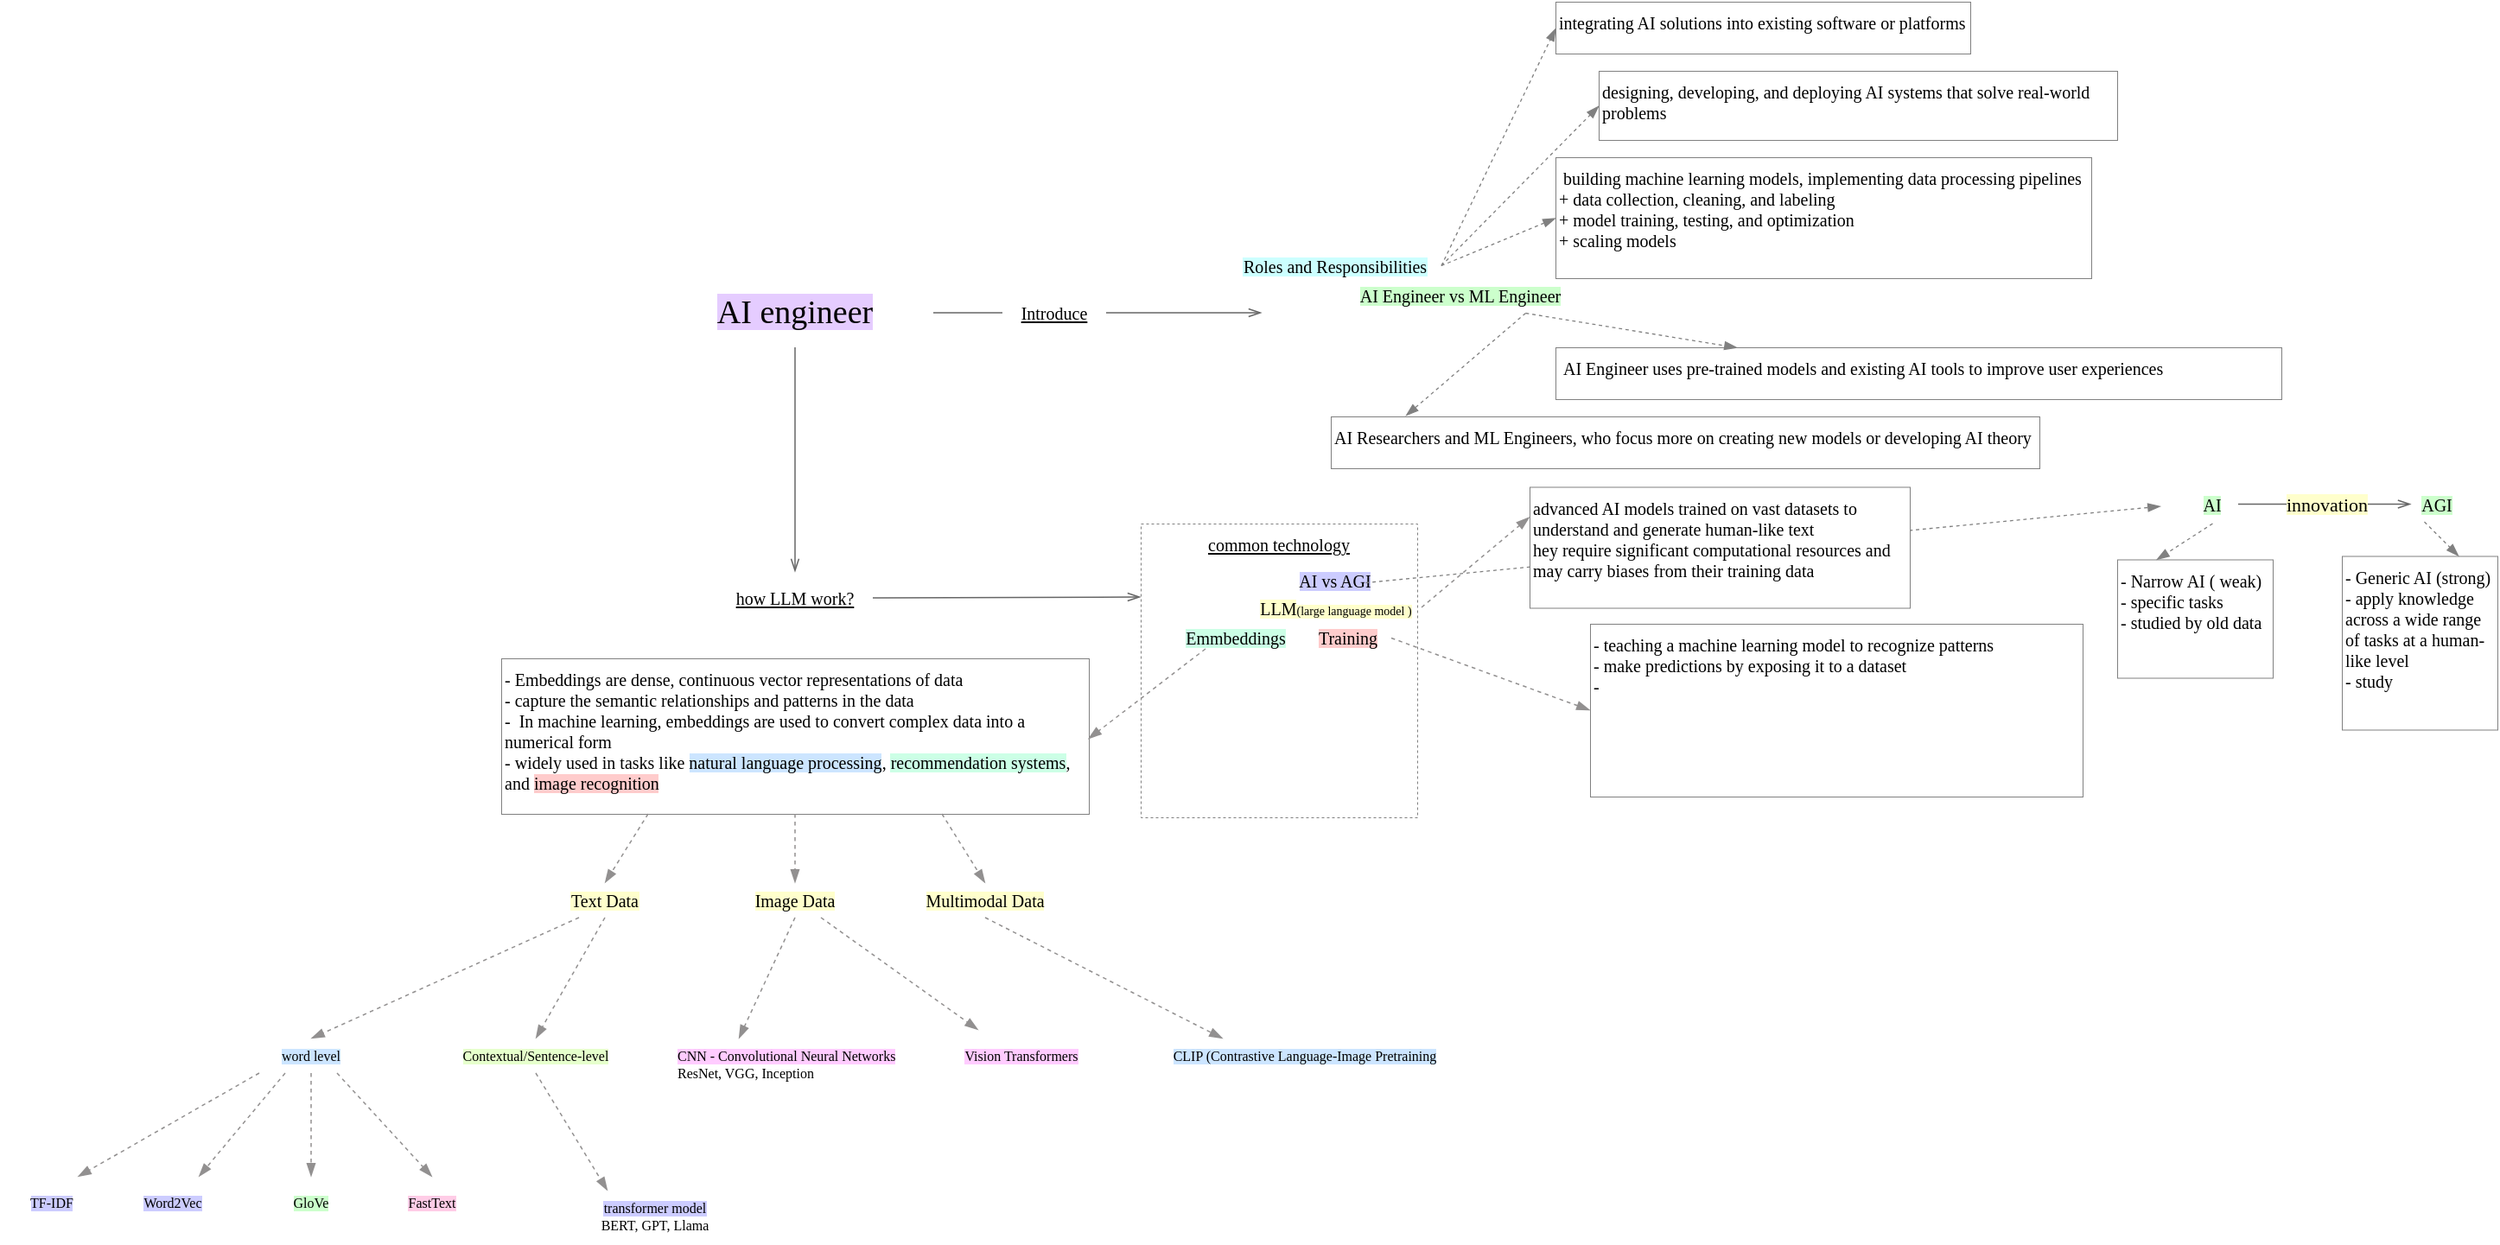
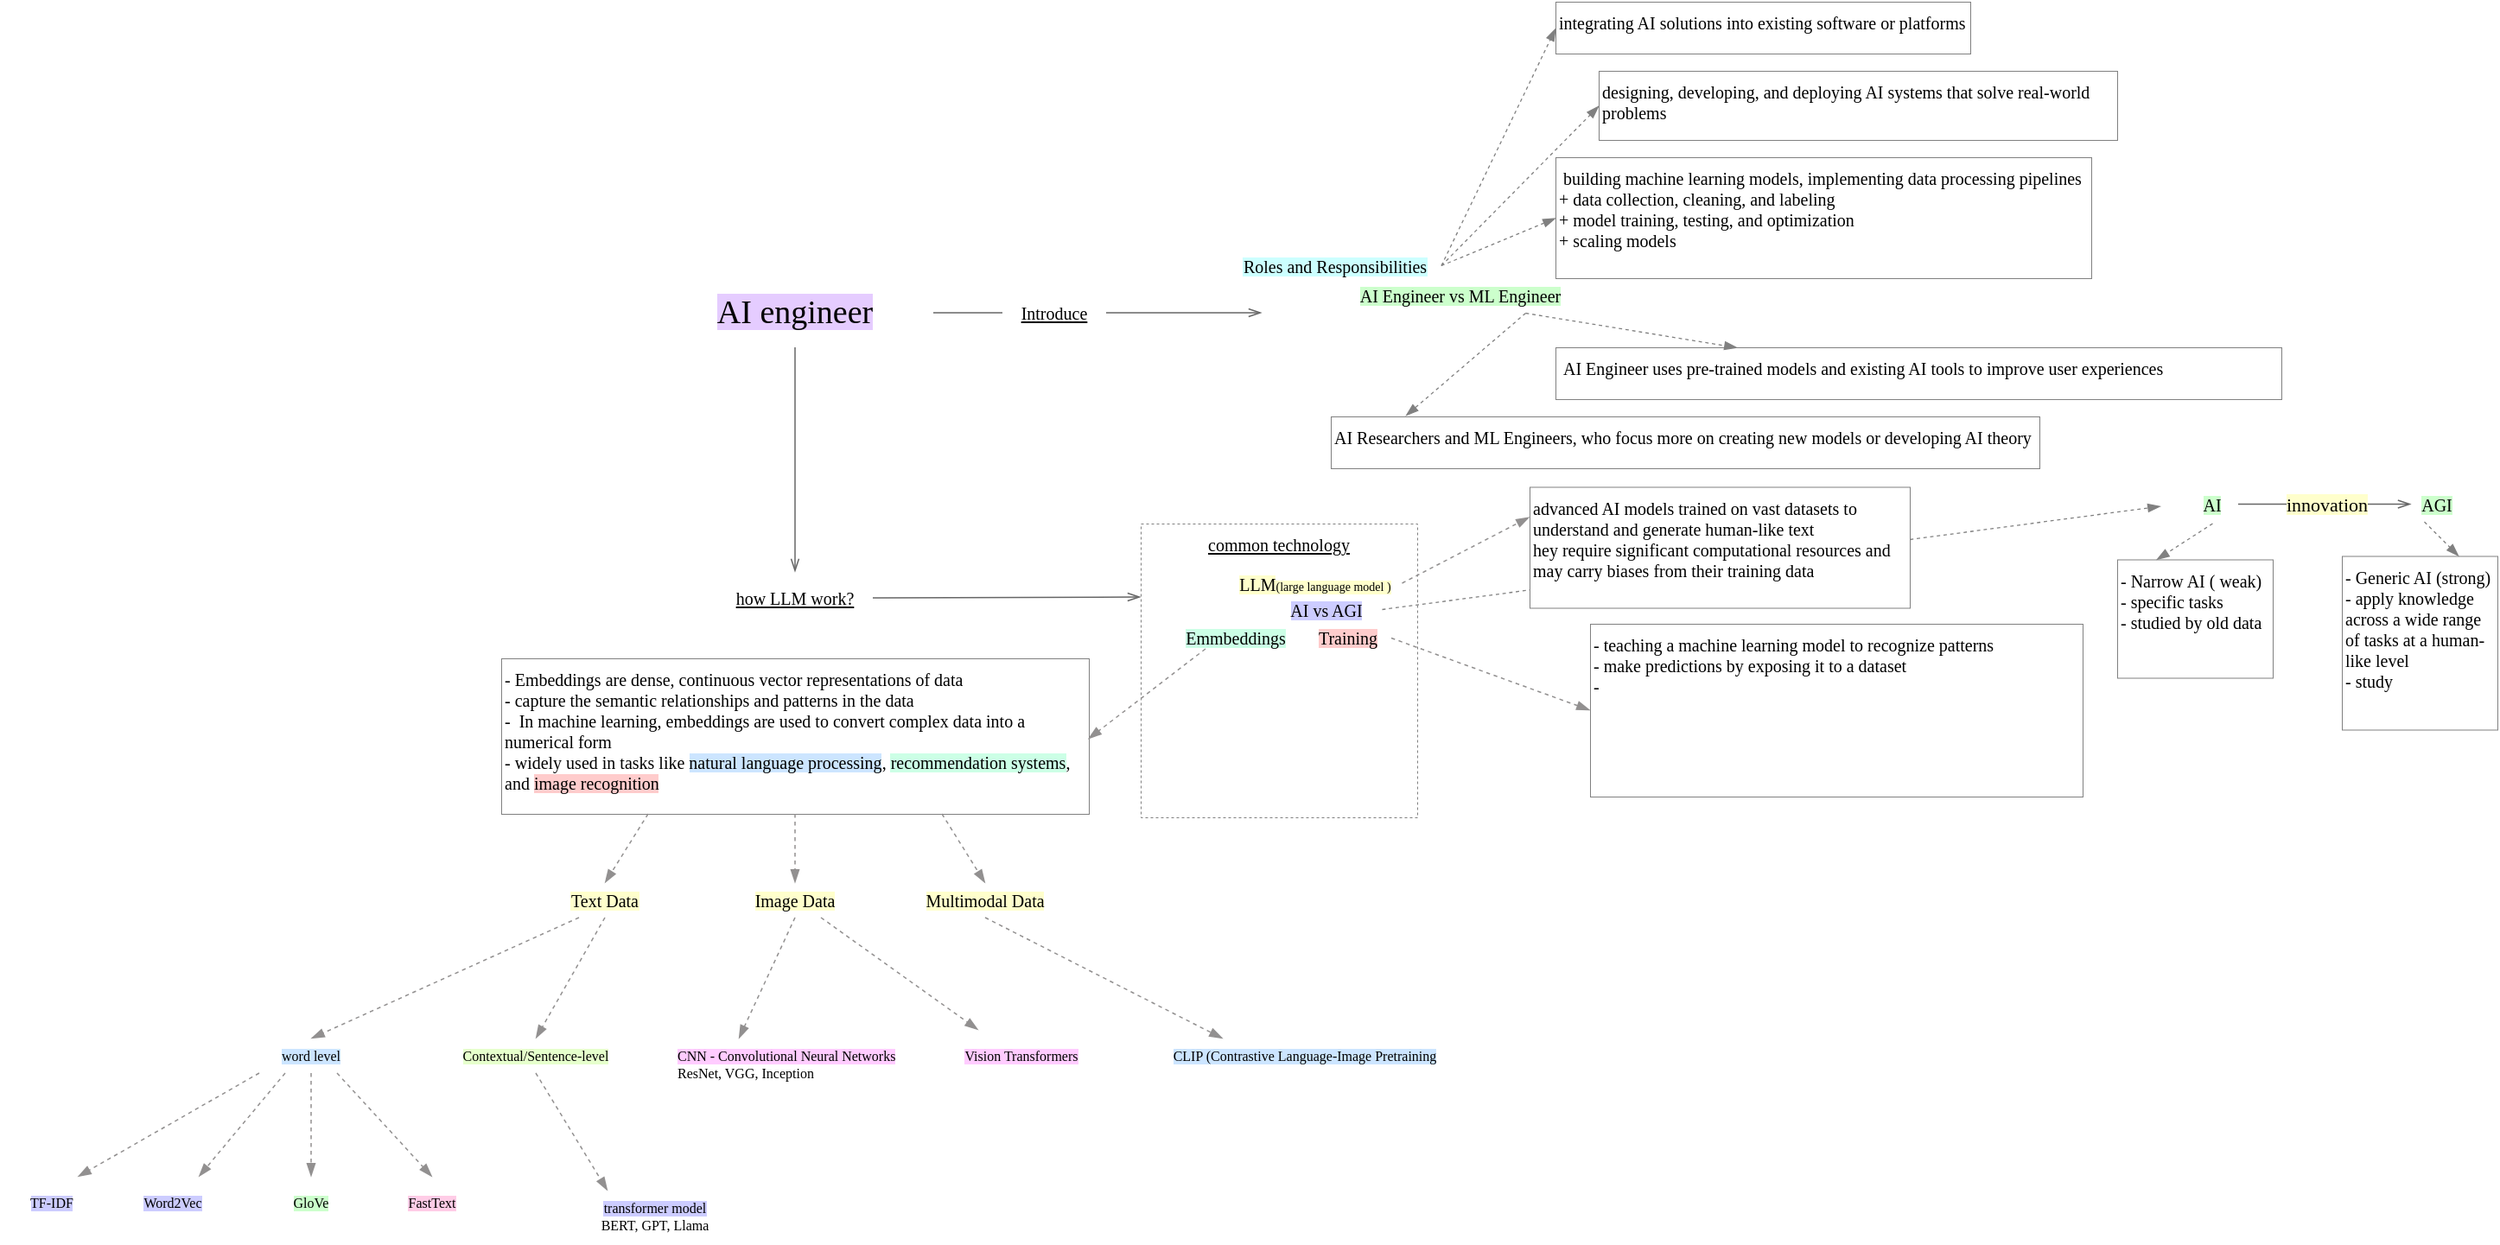
- <mxfile host="Electron" agent="Mozilla/5.0 (Macintosh; Intel Mac OS X 10_15_7) AppleWebKit/537.36 (KHTML, like Gecko) draw.io/29.3.0 Chrome/140.0.7339.249 Electron/38.7.2 Safari/537.36" version="29.3.0">
+ <mxfile host="app.diagrams.net" agent="Mozilla/5.0 (Macintosh; Intel Mac OS X 10_15_7) AppleWebKit/537.36 (KHTML, like Gecko) draw.io/29.3.0 Chrome/140.0.7339.249 Electron/38.7.2 Safari/537.36">
  <diagram name="Page-1" id="n3nyEJ4kgbD7jWuKOy95">
-     <mxGraphModel dx="1232" dy="703" grid="1" gridSize="10" guides="1" tooltips="1" connect="1" arrows="1" fold="1" page="1" pageScale="1" pageWidth="827" pageHeight="1169" math="0" shadow="0">
+     <mxGraphModel dx="1043" dy="467" grid="0" gridSize="10" guides="1" tooltips="1" connect="1" arrows="1" fold="1" page="1" pageScale="1" pageWidth="827" pageHeight="1169" math="0" shadow="0">
      <root>
        <mxCell id="0" />
        <mxCell id="1" parent="0" />
        <mxCell id="48Jv2C9wjBzbgeSbcpPr-1" parent="1" style="text;html=1;whiteSpace=wrap;strokeColor=none;fillColor=none;align=center;verticalAlign=middle;rounded=0;fontFamily=Comic Sans MS;fontSize=19;" value="&lt;span style=&quot;background-color: rgb(229, 204, 255);&quot;&gt;AI engineer&lt;/span&gt;" vertex="1">
          <mxGeometry height="40" width="160" x="400" y="360" as="geometry" />
        </mxCell>
        <mxCell id="48Jv2C9wjBzbgeSbcpPr-3" parent="1" style="text;html=1;whiteSpace=wrap;strokeColor=none;fillColor=none;align=center;verticalAlign=middle;rounded=0;fontFamily=Comic Sans MS;fontSize=10;fontStyle=4" value="how LLM work?" vertex="1">
          <mxGeometry height="30" width="90" x="435" y="530" as="geometry" />
        </mxCell>
        <mxCell id="48Jv2C9wjBzbgeSbcpPr-6" edge="1" parent="1" source="48Jv2C9wjBzbgeSbcpPr-1" style="endArrow=openThin;html=1;rounded=0;strokeWidth=0.75;endFill=0;strokeColor=#666666;exitX=0.5;exitY=1;exitDx=0;exitDy=0;entryX=0.5;entryY=0;entryDx=0;entryDy=0;fontFamily=Comic Sans MS;" target="48Jv2C9wjBzbgeSbcpPr-3" value="">
          <mxGeometry height="50" relative="1" width="50" as="geometry">
            <mxPoint x="390" y="450" as="sourcePoint" />
            <mxPoint x="440" y="400" as="targetPoint" />
          </mxGeometry>
        </mxCell>
        <mxCell id="48Jv2C9wjBzbgeSbcpPr-8" parent="1" style="text;html=1;whiteSpace=wrap;strokeColor=none;fillColor=none;align=center;verticalAlign=middle;rounded=0;fontFamily=Comic Sans MS;fontSize=10;fontStyle=4" value="Introduce" vertex="1">
          <mxGeometry height="30" width="60" x="600" y="365" as="geometry" />
        </mxCell>
        <mxCell id="48Jv2C9wjBzbgeSbcpPr-9" edge="1" parent="1" source="48Jv2C9wjBzbgeSbcpPr-1" style="endArrow=none;html=1;rounded=0;strokeWidth=0.75;endFill=0;strokeColor=#666666;entryX=0;entryY=0.5;entryDx=0;entryDy=0;exitX=1;exitY=0.5;exitDx=0;exitDy=0;fontFamily=Comic Sans MS;" target="48Jv2C9wjBzbgeSbcpPr-8" value="">
          <mxGeometry height="50" relative="1" width="50" as="geometry">
            <mxPoint x="390" y="450" as="sourcePoint" />
            <mxPoint x="440" y="400" as="targetPoint" />
          </mxGeometry>
        </mxCell>
        <mxCell id="48Jv2C9wjBzbgeSbcpPr-11" edge="1" parent="1" source="48Jv2C9wjBzbgeSbcpPr-8" style="endArrow=openThin;html=1;rounded=0;strokeWidth=0.75;endFill=0;strokeColor=#666666;exitX=1;exitY=0.5;exitDx=0;exitDy=0;fontFamily=Comic Sans MS;" value="">
          <mxGeometry height="50" relative="1" width="50" as="geometry">
            <mxPoint x="590" y="450" as="sourcePoint" />
            <mxPoint x="750" y="380" as="targetPoint" />
          </mxGeometry>
        </mxCell>
        <mxCell id="48Jv2C9wjBzbgeSbcpPr-13" parent="1" style="text;html=1;whiteSpace=wrap;strokeColor=none;fillColor=none;align=center;verticalAlign=middle;rounded=0;fontFamily=Comic Sans MS;fontSize=10;" value="&lt;div&gt;&lt;span style=&quot;background-color: rgb(204, 255, 255);&quot;&gt;Roles and Responsibilities&lt;/span&gt;&lt;/div&gt;" vertex="1">
          <mxGeometry height="15" width="122.5" x="731.25" y="345" as="geometry" />
        </mxCell>
        <mxCell id="48Jv2C9wjBzbgeSbcpPr-14" parent="1" style="rounded=0;whiteSpace=wrap;html=1;fontFamily=Comic Sans MS;strokeWidth=0.5;strokeColor=#808080;align=left;verticalAlign=top;fontSize=10;" value="designing, developing, and deploying AI systems that solve real-world problems" vertex="1">
          <mxGeometry height="40" width="300" x="945" y="240" as="geometry" />
        </mxCell>
        <mxCell id="48Jv2C9wjBzbgeSbcpPr-15" parent="1" style="rounded=0;whiteSpace=wrap;html=1;fontFamily=Comic Sans MS;strokeWidth=0.5;strokeColor=#808080;align=left;verticalAlign=top;fontSize=10;" value="&amp;nbsp;building machine learning models, implementing data processing pipelines&lt;div&gt;+&amp;nbsp;data collection, cleaning, and labeling&lt;/div&gt;&lt;div&gt;+&amp;nbsp;model training, testing, and optimization&lt;/div&gt;&lt;div&gt;+&amp;nbsp;scaling models&lt;/div&gt;" vertex="1">
          <mxGeometry height="70" width="310" x="920" y="290" as="geometry" />
        </mxCell>
        <mxCell id="48Jv2C9wjBzbgeSbcpPr-16" parent="1" style="rounded=0;whiteSpace=wrap;html=1;fontFamily=Comic Sans MS;strokeWidth=0.5;strokeColor=#808080;align=left;verticalAlign=top;fontSize=10;" value="integrating AI solutions into existing software or platforms" vertex="1">
          <mxGeometry height="30" width="240" x="920" y="200" as="geometry" />
        </mxCell>
        <mxCell id="48Jv2C9wjBzbgeSbcpPr-17" edge="1" parent="1" source="48Jv2C9wjBzbgeSbcpPr-13" style="endArrow=blockThin;html=1;rounded=0;strokeColor=#808080;endFill=1;strokeWidth=0.65;exitX=1;exitY=0.5;exitDx=0;exitDy=0;entryX=0;entryY=0.5;entryDx=0;entryDy=0;dashed=1;fontFamily=Comic Sans MS;" target="48Jv2C9wjBzbgeSbcpPr-15" value="">
          <mxGeometry height="50" relative="1" width="50" as="geometry">
            <mxPoint x="945" y="330" as="sourcePoint" />
            <mxPoint x="920" y="290" as="targetPoint" />
          </mxGeometry>
        </mxCell>
        <mxCell id="48Jv2C9wjBzbgeSbcpPr-18" edge="1" parent="1" source="48Jv2C9wjBzbgeSbcpPr-13" style="endArrow=blockThin;html=1;rounded=0;strokeColor=#808080;endFill=1;strokeWidth=0.65;exitX=1;exitY=0.5;exitDx=0;exitDy=0;entryX=0;entryY=0.5;entryDx=0;entryDy=0;dashed=1;fontFamily=Comic Sans MS;" target="48Jv2C9wjBzbgeSbcpPr-14" value="">
          <mxGeometry height="50" relative="1" width="50" as="geometry">
            <mxPoint x="945" y="330" as="sourcePoint" />
            <mxPoint x="920" y="290" as="targetPoint" />
          </mxGeometry>
        </mxCell>
        <mxCell id="48Jv2C9wjBzbgeSbcpPr-19" edge="1" parent="1" source="48Jv2C9wjBzbgeSbcpPr-13" style="endArrow=blockThin;html=1;rounded=0;strokeColor=#808080;endFill=1;strokeWidth=0.65;exitX=1;exitY=0.5;exitDx=0;exitDy=0;entryX=0;entryY=0.5;entryDx=0;entryDy=0;dashed=1;fontFamily=Comic Sans MS;" target="48Jv2C9wjBzbgeSbcpPr-16" value="">
          <mxGeometry height="50" relative="1" width="50" as="geometry">
            <mxPoint x="945" y="330" as="sourcePoint" />
            <mxPoint x="920" y="290" as="targetPoint" />
          </mxGeometry>
        </mxCell>
        <mxCell id="48Jv2C9wjBzbgeSbcpPr-20" parent="1" style="text;html=1;whiteSpace=wrap;strokeColor=none;fillColor=none;align=center;verticalAlign=middle;rounded=0;fontFamily=Comic Sans MS;fontSize=10;" value="&lt;span style=&quot;background-color: rgb(204, 255, 204);&quot;&gt;AI Engineer vs ML Engineer&lt;/span&gt;" vertex="1">
          <mxGeometry height="20" width="150" x="790" y="360" as="geometry" />
        </mxCell>
        <mxCell id="48Jv2C9wjBzbgeSbcpPr-21" parent="1" style="rounded=0;whiteSpace=wrap;html=1;fontFamily=Comic Sans MS;strokeWidth=0.5;strokeColor=#808080;align=left;verticalAlign=top;fontSize=10;" value="&amp;nbsp;AI Engineer uses pre-trained models and existing AI tools to improve user experiences" vertex="1">
          <mxGeometry height="30" width="420" x="920" y="400" as="geometry" />
        </mxCell>
        <mxCell id="48Jv2C9wjBzbgeSbcpPr-22" parent="1" style="rounded=0;whiteSpace=wrap;html=1;fontFamily=Comic Sans MS;strokeWidth=0.5;strokeColor=#808080;align=left;verticalAlign=top;fontSize=10;" value="AI Researchers and ML Engineers, who focus more on creating new models or developing AI theory" vertex="1">
          <mxGeometry height="30" width="410" x="790" y="440" as="geometry" />
        </mxCell>
        <mxCell id="48Jv2C9wjBzbgeSbcpPr-23" edge="1" parent="1" source="48Jv2C9wjBzbgeSbcpPr-20" style="endArrow=blockThin;html=1;rounded=0;strokeColor=#808080;endFill=1;strokeWidth=0.65;exitX=0.75;exitY=1;exitDx=0;exitDy=0;entryX=0.25;entryY=0;entryDx=0;entryDy=0;dashed=1;fontFamily=Comic Sans MS;" target="48Jv2C9wjBzbgeSbcpPr-21" value="">
          <mxGeometry height="50" relative="1" width="50" as="geometry">
            <mxPoint x="705" y="330" as="sourcePoint" />
            <mxPoint x="680" y="290" as="targetPoint" />
          </mxGeometry>
        </mxCell>
        <mxCell id="48Jv2C9wjBzbgeSbcpPr-24" edge="1" parent="1" source="48Jv2C9wjBzbgeSbcpPr-20" style="endArrow=blockThin;html=1;rounded=0;strokeColor=#808080;endFill=1;strokeWidth=0.65;exitX=0.75;exitY=1;exitDx=0;exitDy=0;entryX=0.105;entryY=-0.017;entryDx=0;entryDy=0;dashed=1;entryPerimeter=0;fontFamily=Comic Sans MS;" target="48Jv2C9wjBzbgeSbcpPr-22" value="">
          <mxGeometry height="50" relative="1" width="50" as="geometry">
            <mxPoint x="705" y="330" as="sourcePoint" />
            <mxPoint x="680" y="290" as="targetPoint" />
          </mxGeometry>
        </mxCell>
        <mxCell id="48Jv2C9wjBzbgeSbcpPr-25" parent="1" style="rounded=0;whiteSpace=wrap;html=1;fontFamily=Comic Sans MS;strokeWidth=0.5;strokeColor=#808080;align=center;verticalAlign=top;fontSize=10;dashed=1;" value="&lt;u&gt;common technology&lt;/u&gt;&lt;div&gt;&lt;br&gt;&lt;/div&gt;" vertex="1">
          <mxGeometry height="170" width="160" x="680" y="502" as="geometry" />
        </mxCell>
        <mxCell id="48Jv2C9wjBzbgeSbcpPr-27" parent="1" style="text;html=1;whiteSpace=wrap;strokeColor=none;fillColor=none;align=center;verticalAlign=middle;rounded=0;fontFamily=Comic Sans MS;fontSize=10;" value="&lt;span&gt;&lt;span style=&quot;background-color: light-dark(rgb(204, 204, 255), rgb(0, 43, 0));&quot;&gt;AI vs AGI&lt;/span&gt;&lt;br&gt;&lt;/span&gt;" vertex="1">
-           <mxGeometry height="10" width="65" x="760" y="530" as="geometry" />
+           <mxGeometry height="10" width="65" x="754.5" y="546.5" as="geometry" />
        </mxCell>
        <mxCell id="48Jv2C9wjBzbgeSbcpPr-28" edge="1" parent="1" source="48Jv2C9wjBzbgeSbcpPr-3" style="endArrow=openThin;html=1;rounded=0;strokeWidth=0.75;endFill=0;strokeColor=#666666;exitX=1;exitY=0.5;exitDx=0;exitDy=0;entryX=0;entryY=0.25;entryDx=0;entryDy=0;fontFamily=Comic Sans MS;" target="48Jv2C9wjBzbgeSbcpPr-25" value="">
          <mxGeometry height="50" relative="1" width="50" as="geometry">
            <mxPoint x="670" y="630" as="sourcePoint" />
            <mxPoint x="720" y="580" as="targetPoint" />
          </mxGeometry>
        </mxCell>
-         <mxCell id="48Jv2C9wjBzbgeSbcpPr-31" edge="1" parent="1" style="endArrow=blockThin;html=1;rounded=0;strokeColor=#808080;endFill=1;strokeWidth=0.65;exitX=1;exitY=0.5;exitDx=0;exitDy=0;dashed=1;fontFamily=Comic Sans MS;entryX=0;entryY=0.5;entryDx=0;entryDy=0;" value="">
+         <mxCell id="48Jv2C9wjBzbgeSbcpPr-31" edge="1" parent="1" source="48Jv2C9wjBzbgeSbcpPr-27" style="endArrow=blockThin;html=1;rounded=0;strokeColor=#808080;endFill=1;strokeWidth=0.65;exitX=1;exitY=0.5;exitDx=0;exitDy=0;dashed=1;fontFamily=Comic Sans MS;entryX=0;entryY=0.5;entryDx=0;entryDy=0;" value="">
          <mxGeometry height="50" relative="1" width="50" as="geometry">
            <mxPoint x="810" y="536" as="sourcePoint" />
            <mxPoint x="1270" y="491.7500000000001" as="targetPoint" />
          </mxGeometry>
        </mxCell>
        <mxCell id="48Jv2C9wjBzbgeSbcpPr-32" parent="1" style="text;html=1;whiteSpace=wrap;strokeColor=none;fillColor=none;align=center;verticalAlign=middle;rounded=0;fontFamily=Comic Sans MS;fontSize=10;" value="&lt;span style=&quot;background-color: rgb(204, 255, 204);&quot;&gt;&lt;span style=&quot;background-color: light-dark(rgb(204, 255, 204), rgb(0, 43, 0));&quot;&gt;AI&lt;/span&gt;&lt;br&gt;&lt;/span&gt;" vertex="1">
          <mxGeometry height="22" width="30" x="1285" y="479.75" as="geometry" />
        </mxCell>
        <mxCell id="48Jv2C9wjBzbgeSbcpPr-34" parent="1" style="text;html=1;whiteSpace=wrap;strokeColor=none;fillColor=none;align=center;verticalAlign=middle;rounded=0;fontFamily=Comic Sans MS;fontSize=10;" value="&lt;span style=&quot;background-color: rgb(204, 255, 204);&quot;&gt;AGI&lt;/span&gt;" vertex="1">
          <mxGeometry height="20" width="30" x="1415" y="480.75" as="geometry" />
        </mxCell>
        <mxCell id="48Jv2C9wjBzbgeSbcpPr-35" edge="1" parent="1" source="48Jv2C9wjBzbgeSbcpPr-32" style="endArrow=openThin;html=1;rounded=0;strokeWidth=0.75;endFill=0;strokeColor=#666666;exitX=1;exitY=0.5;exitDx=0;exitDy=0;fontFamily=Comic Sans MS;" target="48Jv2C9wjBzbgeSbcpPr-34" value="">
          <mxGeometry height="50" relative="1" width="50" as="geometry">
            <mxPoint x="1325" y="612.75" as="sourcePoint" />
            <mxPoint x="1375" y="562.75" as="targetPoint" />
          </mxGeometry>
        </mxCell>
        <mxCell id="48Jv2C9wjBzbgeSbcpPr-36" connectable="0" parent="48Jv2C9wjBzbgeSbcpPr-35" style="edgeLabel;html=1;align=center;verticalAlign=middle;resizable=0;points=[];fontFamily=Comic Sans MS;" value="&lt;span style=&quot;background-color: rgb(255, 255, 204);&quot;&gt;innovation&lt;/span&gt;" vertex="1">
          <mxGeometry relative="1" x="-0.312" as="geometry">
            <mxPoint x="16" as="offset" />
          </mxGeometry>
        </mxCell>
        <mxCell id="48Jv2C9wjBzbgeSbcpPr-37" parent="1" style="rounded=0;whiteSpace=wrap;html=1;fontFamily=Comic Sans MS;strokeWidth=0.5;strokeColor=#808080;align=left;verticalAlign=top;fontSize=10;" value="- Narrow AI ( weak)&lt;div&gt;-&amp;nbsp;specific tasks&lt;/div&gt;&lt;div&gt;- studied by old data&lt;/div&gt;" vertex="1">
          <mxGeometry height="68.5" width="90" x="1245" y="522.75" as="geometry" />
        </mxCell>
        <mxCell id="48Jv2C9wjBzbgeSbcpPr-38" parent="1" style="rounded=0;whiteSpace=wrap;html=1;fontFamily=Comic Sans MS;strokeWidth=0.5;strokeColor=#808080;align=left;verticalAlign=top;fontSize=10;" value="- Generic AI (strong)&lt;div&gt;-&amp;nbsp;apply knowledge across a wide range of tasks at a human-like level&lt;/div&gt;&lt;div&gt;- study&amp;nbsp;&lt;/div&gt;" vertex="1">
          <mxGeometry height="100.5" width="90" x="1375" y="520.75" as="geometry" />
        </mxCell>
        <mxCell id="48Jv2C9wjBzbgeSbcpPr-39" edge="1" parent="1" source="48Jv2C9wjBzbgeSbcpPr-34" style="endArrow=blockThin;html=1;rounded=0;strokeColor=#808080;endFill=1;strokeWidth=0.65;exitX=0.25;exitY=1;exitDx=0;exitDy=0;entryX=0.75;entryY=0;entryDx=0;entryDy=0;dashed=1;" target="48Jv2C9wjBzbgeSbcpPr-38" value="">
          <mxGeometry height="50" relative="1" width="50" as="geometry">
            <mxPoint x="1390" y="580.75" as="sourcePoint" />
            <mxPoint x="1365" y="540.75" as="targetPoint" />
          </mxGeometry>
        </mxCell>
        <mxCell id="48Jv2C9wjBzbgeSbcpPr-41" edge="1" parent="1" source="48Jv2C9wjBzbgeSbcpPr-32" style="endArrow=blockThin;html=1;rounded=0;strokeColor=#808080;endFill=1;strokeWidth=0.65;exitX=0.5;exitY=1;exitDx=0;exitDy=0;entryX=0.25;entryY=0;entryDx=0;entryDy=0;dashed=1;" target="48Jv2C9wjBzbgeSbcpPr-37" value="">
          <mxGeometry height="50" relative="1" width="50" as="geometry">
            <mxPoint x="1390" y="582.75" as="sourcePoint" />
            <mxPoint x="1365" y="542.75" as="targetPoint" />
          </mxGeometry>
        </mxCell>
        <mxCell id="4Kx2ZGOmUHy-jwn0eLsE-1" parent="1" style="text;html=1;whiteSpace=wrap;strokeColor=none;fillColor=none;align=center;verticalAlign=middle;rounded=0;" value="&lt;font face=&quot;Comic Sans MS&quot; style=&quot;background-color: rgb(255, 255, 204); font-size: 10px;&quot;&gt;LLM&lt;/font&gt;&lt;span style=&quot;background-color: rgb(255, 255, 204); font-size: 7px; font-family: &amp;quot;Comic Sans MS&amp;quot;; color: light-dark(rgb(0, 0, 0), rgb(255, 255, 255));&quot;&gt;(large language model )&lt;/span&gt;" vertex="1">
-           <mxGeometry height="20" width="100" x="742.5" y="540.5" as="geometry" />
+           <mxGeometry height="20" width="100" x="731.25" y="526.5" as="geometry" />
        </mxCell>
        <mxCell id="4Kx2ZGOmUHy-jwn0eLsE-2" parent="1" style="rounded=0;whiteSpace=wrap;html=1;align=left;verticalAlign=top;fontFamily=Comic Sans MS;strokeWidth=0.5;fontSize=10;strokeColor=#808080;" value="&lt;div&gt;&lt;div&gt;&lt;span style=&quot;background-color: transparent;&quot;&gt;advanced AI models trained on vast datasets to understand and generate human-like text&lt;/span&gt;&lt;/div&gt;&lt;/div&gt;&lt;div&gt;&lt;span style=&quot;background-color: transparent;&quot;&gt;hey require significant computational resources and may carry biases from their training data&lt;/span&gt;&lt;/div&gt;" vertex="1">
          <mxGeometry height="70" width="220" x="905" y="480.75" as="geometry" />
        </mxCell>
        <mxCell id="4Kx2ZGOmUHy-jwn0eLsE-3" edge="1" parent="1" source="4Kx2ZGOmUHy-jwn0eLsE-1" style="endArrow=blockThin;html=1;rounded=0;endFill=1;strokeColor=light-dark(#929090, #ededed);strokeWidth=0.75;dashed=1;exitX=1;exitY=0.5;exitDx=0;exitDy=0;entryX=0;entryY=0.25;entryDx=0;entryDy=0;" target="4Kx2ZGOmUHy-jwn0eLsE-2" value="">
          <mxGeometry height="50" relative="1" width="50" as="geometry">
            <mxPoint x="710" y="550" as="sourcePoint" />
            <mxPoint x="760" y="500" as="targetPoint" />
          </mxGeometry>
        </mxCell>
        <mxCell id="4Kx2ZGOmUHy-jwn0eLsE-4" parent="1" style="text;html=1;whiteSpace=wrap;strokeColor=none;fillColor=none;align=center;verticalAlign=middle;rounded=0;fontFamily=Comic Sans MS;fontSize=10;" value="&lt;span&gt;&lt;span style=&quot;background-color: light-dark(rgb(204, 255, 230), rgb(0, 43, 0));&quot;&gt;Emmbeddings&lt;/span&gt;&lt;br&gt;&lt;/span&gt;" vertex="1">
          <mxGeometry height="14" width="70" x="700" y="560.5" as="geometry" />
        </mxCell>
        <mxCell id="4Kx2ZGOmUHy-jwn0eLsE-5" parent="1" style="rounded=0;whiteSpace=wrap;html=1;align=left;verticalAlign=top;fontFamily=Comic Sans MS;strokeWidth=0.5;fontSize=10;strokeColor=#808080;" value="&lt;div&gt;&lt;div&gt;&lt;span style=&quot;background-color: transparent;&quot;&gt;- Embeddings are dense, continuous vector representations of data&lt;/span&gt;&lt;/div&gt;&lt;/div&gt;&lt;div&gt;&lt;span style=&quot;background-color: transparent;&quot;&gt;-&amp;nbsp;&lt;/span&gt;&lt;span style=&quot;background-color: transparent;&quot;&gt;capture the semantic relationships and patterns in the data&lt;/span&gt;&lt;/div&gt;&lt;div&gt;&lt;span style=&quot;background-color: transparent;&quot;&gt;-&amp;nbsp;&lt;/span&gt;&lt;span style=&quot;background-color: transparent;&quot;&gt;&amp;nbsp;In machine learning, embeddings are used to convert complex data into a numerical form&lt;/span&gt;&lt;/div&gt;&lt;div&gt;&lt;span style=&quot;background-color: transparent;&quot;&gt;-&amp;nbsp;&lt;/span&gt;&lt;span style=&quot;background-color: transparent;&quot;&gt;widely used in tasks like &lt;/span&gt;&lt;span style=&quot;background-color: rgb(204, 229, 255);&quot;&gt;natural language processing&lt;/span&gt;&lt;span style=&quot;background-color: transparent;&quot;&gt;, &lt;/span&gt;&lt;span style=&quot;background-color: rgb(204, 255, 230);&quot;&gt;recommendation systems&lt;/span&gt;&lt;span style=&quot;background-color: transparent;&quot;&gt;, and &lt;/span&gt;&lt;span style=&quot;background-color: rgb(255, 204, 204);&quot;&gt;image recognition&lt;/span&gt;&lt;/div&gt;" vertex="1">
          <mxGeometry height="90" width="340" x="310" y="580" as="geometry" />
        </mxCell>
        <mxCell id="4Kx2ZGOmUHy-jwn0eLsE-6" parent="1" style="text;html=1;whiteSpace=wrap;strokeColor=none;fillColor=none;align=center;verticalAlign=middle;rounded=0;fontSize=10;" value="&lt;font face=&quot;Comic Sans MS&quot; style=&quot;background-color: rgb(255, 204, 204);&quot;&gt;Training&lt;/font&gt;" vertex="1">
          <mxGeometry height="13.5" width="50" x="775" y="561.5" as="geometry" />
        </mxCell>
        <mxCell id="4Kx2ZGOmUHy-jwn0eLsE-7" edge="1" parent="1" source="4Kx2ZGOmUHy-jwn0eLsE-4" style="endArrow=blockThin;html=1;rounded=0;endFill=1;strokeColor=light-dark(#929090, #ededed);strokeWidth=0.75;dashed=1;exitX=0.25;exitY=1;exitDx=0;exitDy=0;entryX=0.999;entryY=0.518;entryDx=0;entryDy=0;entryPerimeter=0;" target="4Kx2ZGOmUHy-jwn0eLsE-5" value="">
          <mxGeometry height="50" relative="1" width="50" as="geometry">
            <mxPoint x="620" y="640" as="sourcePoint" />
            <mxPoint x="670" y="590" as="targetPoint" />
          </mxGeometry>
        </mxCell>
        <mxCell id="4Kx2ZGOmUHy-jwn0eLsE-8" parent="1" style="rounded=0;whiteSpace=wrap;html=1;align=left;verticalAlign=top;fontFamily=Comic Sans MS;strokeWidth=0.5;fontSize=10;strokeColor=#808080;" value="&lt;div&gt;&lt;span style=&quot;background-color: transparent; color: light-dark(rgb(0, 0, 0), rgb(255, 255, 255));&quot;&gt;-&amp;nbsp;teaching a machine learning model to recognize patterns&lt;/span&gt;&lt;/div&gt;&lt;div&gt;-&amp;nbsp;make predictions by exposing it to a dataset&lt;/div&gt;&lt;div&gt;-&amp;nbsp;&lt;/div&gt;&lt;div&gt;&lt;span style=&quot;background-color: transparent;&quot;&gt;&lt;br&gt;&lt;/span&gt;&lt;/div&gt;" vertex="1">
          <mxGeometry height="100" width="285" x="940" y="560" as="geometry" />
        </mxCell>
        <mxCell id="4Kx2ZGOmUHy-jwn0eLsE-10" edge="1" parent="1" source="4Kx2ZGOmUHy-jwn0eLsE-6" style="endArrow=blockThin;html=1;rounded=0;endFill=1;strokeColor=light-dark(#929090, #ededed);strokeWidth=0.75;dashed=1;exitX=1;exitY=0.5;exitDx=0;exitDy=0;entryX=0;entryY=0.5;entryDx=0;entryDy=0;" target="4Kx2ZGOmUHy-jwn0eLsE-8" value="">
          <mxGeometry height="50" relative="1" width="50" as="geometry">
            <mxPoint x="950" y="590" as="sourcePoint" />
            <mxPoint x="1000" y="540" as="targetPoint" />
          </mxGeometry>
        </mxCell>
        <mxCell id="4Kx2ZGOmUHy-jwn0eLsE-11" parent="1" style="text;html=1;whiteSpace=wrap;strokeColor=none;fillColor=none;align=center;verticalAlign=middle;rounded=0;fontSize=10;" value="&lt;font face=&quot;Comic Sans MS&quot; style=&quot;background-color: rgb(255, 255, 204);&quot;&gt;Text Data&lt;/font&gt;" vertex="1">
          <mxGeometry height="20" width="60" x="340" y="710" as="geometry" />
        </mxCell>
        <mxCell id="4Kx2ZGOmUHy-jwn0eLsE-12" parent="1" style="text;html=1;whiteSpace=wrap;strokeColor=none;fillColor=none;align=center;verticalAlign=middle;rounded=0;fontSize=10;" value="&lt;font face=&quot;Comic Sans MS&quot; style=&quot;background-color: rgb(255, 255, 204);&quot;&gt;Image Data&lt;/font&gt;" vertex="1">
          <mxGeometry height="20" width="60" x="450" y="710" as="geometry" />
        </mxCell>
        <mxCell id="4Kx2ZGOmUHy-jwn0eLsE-13" parent="1" style="text;html=1;whiteSpace=wrap;strokeColor=none;fillColor=none;align=center;verticalAlign=middle;rounded=0;fontSize=10;" value="&lt;font face=&quot;Comic Sans MS&quot; style=&quot;background-color: rgb(255, 255, 204);&quot;&gt;Multimodal&amp;nbsp;Data&lt;/font&gt;" vertex="1">
          <mxGeometry height="20" width="60" x="560" y="710" as="geometry" />
        </mxCell>
        <mxCell id="4Kx2ZGOmUHy-jwn0eLsE-14" edge="1" parent="1" source="4Kx2ZGOmUHy-jwn0eLsE-5" style="endArrow=blockThin;html=1;rounded=0;endFill=1;strokeColor=light-dark(#929090, #ededed);strokeWidth=0.75;dashed=1;entryX=0.5;entryY=0;entryDx=0;entryDy=0;exitX=0.75;exitY=1;exitDx=0;exitDy=0;" target="4Kx2ZGOmUHy-jwn0eLsE-13" value="">
          <mxGeometry height="50" relative="1" width="50" as="geometry">
            <mxPoint x="410" y="700" as="sourcePoint" />
            <mxPoint x="460" y="650" as="targetPoint" />
          </mxGeometry>
        </mxCell>
        <mxCell id="4Kx2ZGOmUHy-jwn0eLsE-15" edge="1" parent="1" source="4Kx2ZGOmUHy-jwn0eLsE-5" style="endArrow=blockThin;html=1;rounded=0;endFill=1;strokeColor=light-dark(#929090, #ededed);strokeWidth=0.75;dashed=1;entryX=0.5;entryY=0;entryDx=0;entryDy=0;exitX=0.5;exitY=1;exitDx=0;exitDy=0;" target="4Kx2ZGOmUHy-jwn0eLsE-12" value="">
          <mxGeometry height="50" relative="1" width="50" as="geometry">
            <mxPoint x="410" y="700" as="sourcePoint" />
            <mxPoint x="460" y="650" as="targetPoint" />
          </mxGeometry>
        </mxCell>
        <mxCell id="4Kx2ZGOmUHy-jwn0eLsE-16" edge="1" parent="1" source="4Kx2ZGOmUHy-jwn0eLsE-5" style="endArrow=blockThin;html=1;rounded=0;endFill=1;strokeColor=light-dark(#929090, #ededed);strokeWidth=0.75;dashed=1;entryX=0.5;entryY=0;entryDx=0;entryDy=0;exitX=0.25;exitY=1;exitDx=0;exitDy=0;" target="4Kx2ZGOmUHy-jwn0eLsE-11" value="">
          <mxGeometry height="50" relative="1" width="50" as="geometry">
            <mxPoint x="410" y="700" as="sourcePoint" />
            <mxPoint x="460" y="650" as="targetPoint" />
          </mxGeometry>
        </mxCell>
        <mxCell id="4Kx2ZGOmUHy-jwn0eLsE-17" parent="1" style="text;html=1;whiteSpace=wrap;strokeColor=none;fillColor=none;align=center;verticalAlign=middle;rounded=0;fontSize=8;" value="&lt;font face=&quot;Comic Sans MS&quot; style=&quot;background-color: rgb(204, 229, 255);&quot;&gt;word level&lt;/font&gt;" vertex="1">
          <mxGeometry height="20" width="60" x="170" y="800" as="geometry" />
        </mxCell>
        <mxCell id="4Kx2ZGOmUHy-jwn0eLsE-18" parent="1" style="text;html=1;whiteSpace=wrap;strokeColor=none;fillColor=none;align=center;verticalAlign=middle;rounded=0;fontSize=8;fontStyle=0" value="&lt;font face=&quot;Comic Sans MS&quot; style=&quot;background-color: rgb(204, 204, 255);&quot;&gt;Word2Vec&lt;/font&gt;" vertex="1">
          <mxGeometry height="30" width="60" x="90" y="879.9999999999995" as="geometry" />
        </mxCell>
        <mxCell id="4Kx2ZGOmUHy-jwn0eLsE-19" parent="1" style="text;html=1;whiteSpace=wrap;strokeColor=none;fillColor=none;align=center;verticalAlign=middle;rounded=0;fontSize=8;fontStyle=0" value="&lt;font face=&quot;Comic Sans MS&quot; style=&quot;background-color: rgb(204, 255, 204);&quot;&gt;GloVe&lt;/font&gt;" vertex="1">
          <mxGeometry height="30" width="60" x="170" y="879.9999999999995" as="geometry" />
        </mxCell>
        <mxCell id="4Kx2ZGOmUHy-jwn0eLsE-20" parent="1" style="text;html=1;whiteSpace=wrap;strokeColor=none;fillColor=none;align=center;verticalAlign=middle;rounded=0;fontSize=8;fontStyle=0" value="&lt;font face=&quot;Comic Sans MS&quot; style=&quot;background-color: rgb(255, 204, 230);&quot;&gt;FastText&lt;/font&gt;" vertex="1">
          <mxGeometry height="30" width="60" x="240" y="879.9999999999995" as="geometry" />
        </mxCell>
        <mxCell id="4Kx2ZGOmUHy-jwn0eLsE-21" edge="1" parent="1" source="4Kx2ZGOmUHy-jwn0eLsE-17" style="endArrow=blockThin;html=1;rounded=0;endFill=1;strokeColor=light-dark(#929090, #ededed);strokeWidth=0.75;dashed=1;exitX=0.75;exitY=1;exitDx=0;exitDy=0;entryX=0.5;entryY=0;entryDx=0;entryDy=0;fontSize=8;" target="4Kx2ZGOmUHy-jwn0eLsE-20" value="">
          <mxGeometry height="50" relative="1" width="50" as="geometry">
            <mxPoint x="270" y="840" as="sourcePoint" />
            <mxPoint x="320" y="790" as="targetPoint" />
          </mxGeometry>
        </mxCell>
        <mxCell id="4Kx2ZGOmUHy-jwn0eLsE-22" edge="1" parent="1" source="4Kx2ZGOmUHy-jwn0eLsE-17" style="endArrow=blockThin;html=1;rounded=0;endFill=1;strokeColor=light-dark(#929090, #ededed);strokeWidth=0.75;dashed=1;exitX=0.5;exitY=1;exitDx=0;exitDy=0;fontSize=8;" target="4Kx2ZGOmUHy-jwn0eLsE-19" value="">
          <mxGeometry height="50" relative="1" width="50" as="geometry">
            <mxPoint x="240" y="840" as="sourcePoint" />
            <mxPoint x="295" y="900" as="targetPoint" />
          </mxGeometry>
        </mxCell>
        <mxCell id="4Kx2ZGOmUHy-jwn0eLsE-23" edge="1" parent="1" source="4Kx2ZGOmUHy-jwn0eLsE-17" style="endArrow=blockThin;html=1;rounded=0;endFill=1;strokeColor=light-dark(#929090, #ededed);strokeWidth=0.75;dashed=1;exitX=0.25;exitY=1;exitDx=0;exitDy=0;entryX=0.75;entryY=0;entryDx=0;entryDy=0;fontSize=8;" target="4Kx2ZGOmUHy-jwn0eLsE-18" value="">
          <mxGeometry height="50" relative="1" width="50" as="geometry">
            <mxPoint x="190" y="830" as="sourcePoint" />
            <mxPoint x="190" y="890" as="targetPoint" />
          </mxGeometry>
        </mxCell>
        <mxCell id="4Kx2ZGOmUHy-jwn0eLsE-24" parent="1" style="text;html=1;whiteSpace=wrap;strokeColor=none;fillColor=none;align=center;verticalAlign=middle;rounded=0;fontSize=8;" value="&lt;font face=&quot;Comic Sans MS&quot; style=&quot;background-color: rgb(230, 255, 204);&quot;&gt;Contextual/Sentence-level&lt;/font&gt;" vertex="1">
          <mxGeometry height="20" width="140" x="260" y="800" as="geometry" />
        </mxCell>
        <mxCell id="4Kx2ZGOmUHy-jwn0eLsE-25" parent="1" style="text;html=1;whiteSpace=wrap;strokeColor=none;fillColor=none;align=center;verticalAlign=middle;rounded=0;fontSize=8;" value="&lt;font face=&quot;Comic Sans MS&quot;&gt;&lt;span style=&quot;background-color: rgb(204, 204, 255);&quot;&gt;transformer model&lt;/span&gt;&lt;br&gt;&lt;font&gt;BERT, GPT, Llama&lt;/font&gt;&lt;/font&gt;" vertex="1">
          <mxGeometry height="30" width="110" x="344" y="888" as="geometry" />
        </mxCell>
        <mxCell id="4Kx2ZGOmUHy-jwn0eLsE-26" edge="1" parent="1" source="4Kx2ZGOmUHy-jwn0eLsE-24" style="endArrow=blockThin;html=1;rounded=0;endFill=1;strokeColor=light-dark(#929090, #ededed);strokeWidth=0.75;dashed=1;entryX=0.25;entryY=0;entryDx=0;entryDy=0;exitX=0.5;exitY=1;exitDx=0;exitDy=0;fontSize=8;" target="4Kx2ZGOmUHy-jwn0eLsE-25" value="">
          <mxGeometry height="50" relative="1" width="50" as="geometry">
            <mxPoint x="360" y="890" as="sourcePoint" />
            <mxPoint x="410" y="840" as="targetPoint" />
          </mxGeometry>
        </mxCell>
        <mxCell id="4Kx2ZGOmUHy-jwn0eLsE-27" edge="1" parent="1" source="4Kx2ZGOmUHy-jwn0eLsE-11" style="endArrow=blockThin;html=1;rounded=0;endFill=1;strokeColor=light-dark(#929090, #ededed);strokeWidth=0.75;dashed=1;exitX=0.25;exitY=1;exitDx=0;exitDy=0;entryX=0.5;entryY=0;entryDx=0;entryDy=0;" target="4Kx2ZGOmUHy-jwn0eLsE-17" value="">
          <mxGeometry height="50" relative="1" width="50" as="geometry">
            <mxPoint x="330" y="900" as="sourcePoint" />
            <mxPoint x="380" y="850" as="targetPoint" />
          </mxGeometry>
        </mxCell>
        <mxCell id="4Kx2ZGOmUHy-jwn0eLsE-28" edge="1" parent="1" source="4Kx2ZGOmUHy-jwn0eLsE-11" style="endArrow=blockThin;html=1;rounded=0;endFill=1;strokeColor=light-dark(#929090, #ededed);strokeWidth=0.75;dashed=1;entryX=0.5;entryY=0;entryDx=0;entryDy=0;exitX=0.5;exitY=1;exitDx=0;exitDy=0;" target="4Kx2ZGOmUHy-jwn0eLsE-24" value="">
          <mxGeometry height="50" relative="1" width="50" as="geometry">
            <mxPoint x="330" y="900" as="sourcePoint" />
            <mxPoint x="380" y="850" as="targetPoint" />
          </mxGeometry>
        </mxCell>
        <mxCell id="4Kx2ZGOmUHy-jwn0eLsE-29" parent="1" style="text;html=1;whiteSpace=wrap;strokeColor=none;fillColor=none;align=left;verticalAlign=middle;rounded=0;fontSize=8;" value="&lt;font face=&quot;Comic Sans MS&quot;&gt;&lt;span style=&quot;background-color: rgb(255, 204, 255);&quot;&gt;CNN - Convolutional Neural Networks&lt;/span&gt;&lt;br&gt;&lt;span&gt;ResNet, VGG, Inception&lt;/span&gt;&lt;/font&gt;" vertex="1">
          <mxGeometry height="30" width="150" x="410" y="800" as="geometry" />
        </mxCell>
        <mxCell id="4Kx2ZGOmUHy-jwn0eLsE-30" parent="1" style="text;html=1;whiteSpace=wrap;strokeColor=none;fillColor=none;align=center;verticalAlign=middle;rounded=0;fontSize=8;" value="&lt;font face=&quot;Comic Sans MS&quot; style=&quot;background-color: rgb(255, 204, 255);&quot;&gt;Vision Transformers&lt;/font&gt;" vertex="1">
          <mxGeometry height="30" width="100" x="561" y="795" as="geometry" />
        </mxCell>
        <mxCell id="4Kx2ZGOmUHy-jwn0eLsE-31" edge="1" parent="1" source="4Kx2ZGOmUHy-jwn0eLsE-12" style="endArrow=blockThin;html=1;rounded=0;endFill=1;strokeColor=light-dark(#929090, #ededed);strokeWidth=0.75;dashed=1;exitX=0.5;exitY=1;exitDx=0;exitDy=0;entryX=0.25;entryY=0;entryDx=0;entryDy=0;" target="4Kx2ZGOmUHy-jwn0eLsE-29" value="">
          <mxGeometry height="50" relative="1" width="50" as="geometry">
            <mxPoint x="400" y="890" as="sourcePoint" />
            <mxPoint x="450" y="840" as="targetPoint" />
          </mxGeometry>
        </mxCell>
        <mxCell id="4Kx2ZGOmUHy-jwn0eLsE-32" edge="1" parent="1" source="4Kx2ZGOmUHy-jwn0eLsE-12" style="endArrow=blockThin;html=1;rounded=0;endFill=1;strokeColor=light-dark(#929090, #ededed);strokeWidth=0.75;dashed=1;entryX=0.25;entryY=0;entryDx=0;entryDy=0;exitX=0.75;exitY=1;exitDx=0;exitDy=0;" target="4Kx2ZGOmUHy-jwn0eLsE-30" value="">
          <mxGeometry height="50" relative="1" width="50" as="geometry">
            <mxPoint x="400" y="890" as="sourcePoint" />
            <mxPoint x="450" y="840" as="targetPoint" />
          </mxGeometry>
        </mxCell>
        <mxCell id="4Kx2ZGOmUHy-jwn0eLsE-33" parent="1" style="text;html=1;whiteSpace=wrap;strokeColor=none;fillColor=none;align=center;verticalAlign=middle;rounded=0;fontSize=8;" value="&lt;font face=&quot;Comic Sans MS&quot; style=&quot;background-color: rgb(204, 229, 255);&quot;&gt;CLIP (Contrastive Language-Image Pretraining&lt;/font&gt;" vertex="1">
          <mxGeometry height="20" width="190" x="680" y="800" as="geometry" />
        </mxCell>
        <mxCell id="4Kx2ZGOmUHy-jwn0eLsE-34" edge="1" parent="1" source="4Kx2ZGOmUHy-jwn0eLsE-13" style="endArrow=blockThin;html=1;rounded=0;endFill=1;strokeColor=light-dark(#929090, #ededed);strokeWidth=0.75;dashed=1;entryX=0.25;entryY=0;entryDx=0;entryDy=0;exitX=0.5;exitY=1;exitDx=0;exitDy=0;" target="4Kx2ZGOmUHy-jwn0eLsE-33" value="">
          <mxGeometry height="50" relative="1" width="50" as="geometry">
            <mxPoint x="380" y="780" as="sourcePoint" />
            <mxPoint x="430" y="730" as="targetPoint" />
          </mxGeometry>
        </mxCell>
        <mxCell id="4Kx2ZGOmUHy-jwn0eLsE-35" parent="1" style="text;html=1;whiteSpace=wrap;strokeColor=none;fillColor=none;align=center;verticalAlign=middle;rounded=0;fontSize=8;fontStyle=0" value="&lt;font face=&quot;Comic Sans MS&quot; style=&quot;background-color: rgb(204, 204, 255);&quot;&gt;TF-IDF&lt;/font&gt;" vertex="1">
          <mxGeometry height="30" width="60" x="20" y="880" as="geometry" />
        </mxCell>
        <mxCell id="4Kx2ZGOmUHy-jwn0eLsE-36" edge="1" parent="1" source="4Kx2ZGOmUHy-jwn0eLsE-17" style="endArrow=blockThin;html=1;rounded=0;endFill=1;strokeColor=light-dark(#929090, #ededed);strokeWidth=0.75;dashed=1;exitX=0;exitY=1;exitDx=0;exitDy=0;entryX=0.75;entryY=0;entryDx=0;entryDy=0;" target="4Kx2ZGOmUHy-jwn0eLsE-35" value="">
          <mxGeometry height="50" relative="1" width="50" as="geometry">
            <mxPoint x="140" y="780" as="sourcePoint" />
            <mxPoint x="190" y="730" as="targetPoint" />
          </mxGeometry>
        </mxCell>
      </root>
    </mxGraphModel>
  </diagram>
</mxfile>
